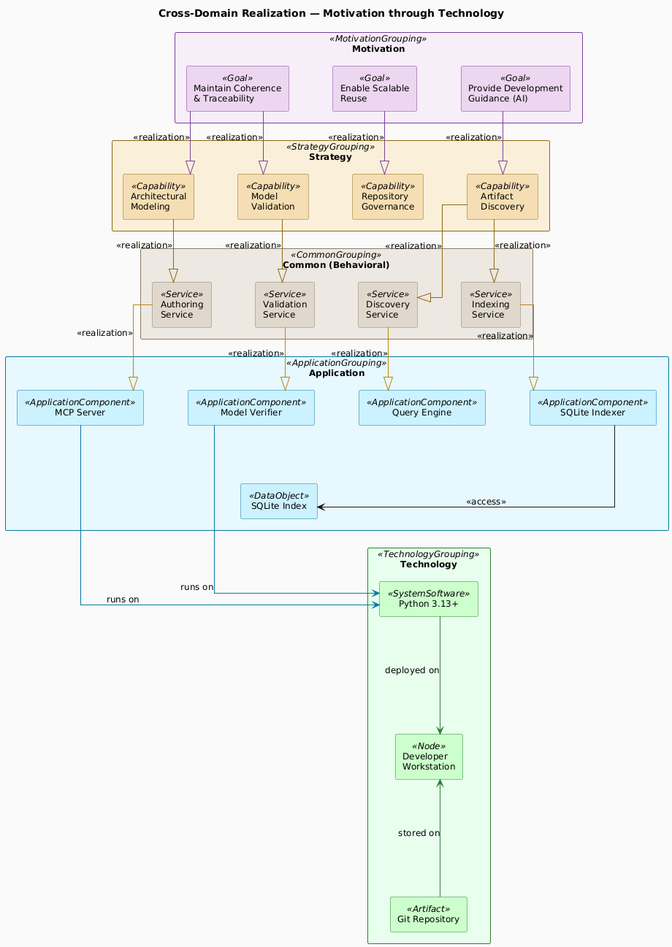
Earlier version of the PlantUML export engagements/ENG-ARCH-REPO/architecture-repository/diagram-catalog/rendered/cross-domain-realization.png (mbauer83/assisted-architecture-management). Source of this version:
```plantuml
@startuml cross-domain-realization
!include ../_archimate-stereotypes.puml

top to bottom direction

title Cross-Domain Realization — Motivation through Technology

rectangle "Motivation" <<MotivationGrouping>> {
  rectangle "Maintain Coherence\n& Traceability" <<Goal>> as GOL_Po1Qw3
  rectangle "Enable Scalable\nReuse" <<Goal>> as GOL_Zx9Cv4
  rectangle "Provide Development\nGuidance (AI)" <<Goal>> as GOL_e3nCpO
}

rectangle "Strategy" <<StrategyGrouping>> {
  rectangle "Architectural\nModeling" <<Capability>> as CAP_y4xZme
  rectangle "Model\nValidation" <<Capability>> as CAP_gky5s4
  rectangle "Repository\nGovernance" <<Capability>> as CAP_ZnmAHe
  rectangle "Artifact\nDiscovery" <<Capability>> as CAP_QrHHmz
}

rectangle "Common (Behavioral)" <<CommonGrouping>> {
  rectangle "Authoring\nService" <<Service>> as SRV_Au1Th1
  rectangle "Validation\nService" <<Service>> as SRV_Ij6Kl6
  rectangle "Discovery\nService" <<Service>> as SRV_Qr8St8
  rectangle "Indexing\nService" <<Service>> as SRV_3I3Dtc
}

rectangle "Application" <<ApplicationGrouping>> {
  rectangle "MCP Server" <<ApplicationComponent>> as APP_kRZYOA
  rectangle "Model Verifier" <<ApplicationComponent>> as APP_ca3vm7
  rectangle "Query Engine" <<ApplicationComponent>> as APP_v9LvfK
  rectangle "SQLite Indexer" <<ApplicationComponent>> as APP_JOmFWy
  rectangle "SQLite Index" <<DataObject>> as DOB_3rilik
}

rectangle "Technology" <<TechnologyGrouping>> {
  rectangle "Python 3.13+" <<SystemSoftware>> as SSW_o7a0ad
  rectangle "Developer\nWorkstation" <<Node>> as NOD_4EFX7z
  rectangle "Git Repository" <<Artifact>> as ART_YsLpM8
}

GOL_Po1Qw3 -[hidden]right- GOL_Zx9Cv4
GOL_Zx9Cv4 -[hidden]right- GOL_e3nCpO

CAP_y4xZme -[hidden]right- CAP_gky5s4
CAP_gky5s4 -[hidden]right- CAP_ZnmAHe
CAP_ZnmAHe -[hidden]right- CAP_QrHHmz

SRV_Au1Th1 -[hidden]right- SRV_Ij6Kl6
SRV_Ij6Kl6 -[hidden]right- SRV_Qr8St8
SRV_Qr8St8 -[hidden]right- SRV_3I3Dtc

APP_kRZYOA -[hidden]right- APP_ca3vm7
APP_ca3vm7 -[hidden]right- APP_v9LvfK
APP_v9LvfK -[hidden]right- APP_JOmFWy
APP_JOmFWy -[hidden]right- DOB_3rilik

SSW_o7a0ad -[hidden]right- NOD_4EFX7z
NOD_4EFX7z -[hidden]right- ART_YsLpM8

GOL_Po1Qw3 -[#7B3F9A]down-|> CAP_y4xZme : <<realization>>
GOL_Po1Qw3 -[#7B3F9A]down-|> CAP_gky5s4 : <<realization>>
GOL_Zx9Cv4 -[#7B3F9A]down-|> CAP_ZnmAHe : <<realization>>
GOL_e3nCpO -[#7B3F9A]down-|> CAP_QrHHmz : <<realization>>

CAP_y4xZme -[#8B6914]down-|> SRV_Au1Th1 : <<realization>>
CAP_gky5s4 -[#8B6914]down-|> SRV_Ij6Kl6 : <<realization>>
CAP_QrHHmz -[#8B6914]down-|> SRV_Qr8St8 : <<realization>>
CAP_QrHHmz -[#8B6914]down-|> SRV_3I3Dtc : <<realization>>

SRV_Au1Th1 -[#B8860B]down-|> APP_kRZYOA : <<realization>>
SRV_Ij6Kl6 -[#B8860B]down-|> APP_ca3vm7 : <<realization>>
SRV_Qr8St8 -[#B8860B]down-|> APP_v9LvfK : <<realization>>
SRV_3I3Dtc -[#B8860B]down-|> APP_JOmFWy : <<realization>>
APP_JOmFWy -down-> DOB_3rilik : <<access>>

APP_kRZYOA -[#0078A0]down--> SSW_o7a0ad : runs on
APP_ca3vm7 -[#0078A0]down--> SSW_o7a0ad : runs on
SSW_o7a0ad -[#2E7D32]down--> NOD_4EFX7z : deployed on
ART_YsLpM8 -[#2E7D32]down--> NOD_4EFX7z : stored on

@enduml
```
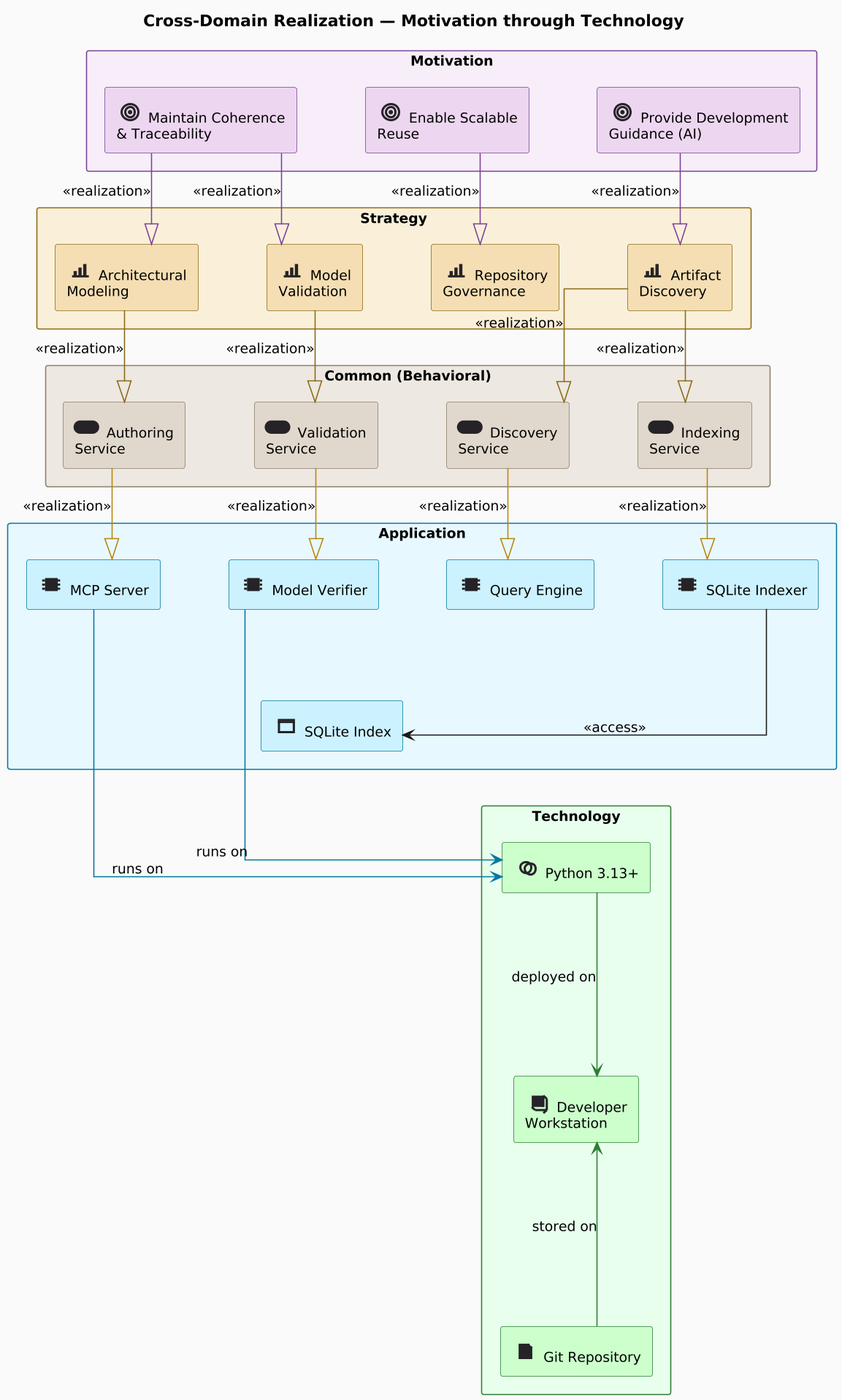
Above is the later version.

The edit, as a diff of the source:
```diff
@@ -1,62 +1,61 @@
-@startuml cross-domain-realization
+@startuml
+skinparamlocked dpi 150
 !include ../_archimate-stereotypes.puml
+!include ../_archimate-glyphs.puml
 
 top to bottom direction
 
 title Cross-Domain Realization — Motivation through Technology
 
 rectangle "Motivation" <<MotivationGrouping>> {
-  rectangle "Maintain Coherence\n& Traceability" <<Goal>> as GOL_Po1Qw3
-  rectangle "Enable Scalable\nReuse" <<Goal>> as GOL_Zx9Cv4
-  rectangle "Provide Development\nGuidance (AI)" <<Goal>> as GOL_e3nCpO
+  rectangle "<$archimate_Goal{scale=1.5}> Maintain Coherence\n& Traceability" <<Goal>> as GOL_Po1Qw3
+  rectangle "<$archimate_Goal{scale=1.5}> Enable Scalable\nReuse" <<Goal>> as GOL_Zx9Cv4
+  rectangle "<$archimate_Goal{scale=1.5}> Provide Development\nGuidance (AI)" <<Goal>> as GOL_e3nCpO
 }
 
 rectangle "Strategy" <<StrategyGrouping>> {
-  rectangle "Architectural\nModeling" <<Capability>> as CAP_y4xZme
-  rectangle "Model\nValidation" <<Capability>> as CAP_gky5s4
-  rectangle "Repository\nGovernance" <<Capability>> as CAP_ZnmAHe
-  rectangle "Artifact\nDiscovery" <<Capability>> as CAP_QrHHmz
+  rectangle "<$archimate_Capability{scale=1.5}> Architectural\nModeling" <<Capability>> as CAP_y4xZme
+  rectangle "<$archimate_Capability{scale=1.5}> Model\nValidation" <<Capability>> as CAP_gky5s4
+  rectangle "<$archimate_Capability{scale=1.5}> Repository\nGovernance" <<Capability>> as CAP_ZnmAHe
+  rectangle "<$archimate_Capability{scale=1.5}> Artifact\nDiscovery" <<Capability>> as CAP_QrHHmz
 }
 
 rectangle "Common (Behavioral)" <<CommonGrouping>> {
-  rectangle "Authoring\nService" <<Service>> as SRV_Au1Th1
-  rectangle "Validation\nService" <<Service>> as SRV_Ij6Kl6
-  rectangle "Discovery\nService" <<Service>> as SRV_Qr8St8
-  rectangle "Indexing\nService" <<Service>> as SRV_3I3Dtc
+  rectangle "<$archimate_Service{scale=1.5}> Authoring\nService" <<Service>> as SRV_Au1Th1
+  rectangle "<$archimate_Service{scale=1.5}> Validation\nService" <<Service>> as SRV_Ij6Kl6
+  rectangle "<$archimate_Service{scale=1.5}> Discovery\nService" <<Service>> as SRV_Qr8St8
+  rectangle "<$archimate_Service{scale=1.5}> Indexing\nService" <<Service>> as SRV_3I3Dtc
 }
 
 rectangle "Application" <<ApplicationGrouping>> {
-  rectangle "MCP Server" <<ApplicationComponent>> as APP_kRZYOA
-  rectangle "Model Verifier" <<ApplicationComponent>> as APP_ca3vm7
-  rectangle "Query Engine" <<ApplicationComponent>> as APP_v9LvfK
-  rectangle "SQLite Indexer" <<ApplicationComponent>> as APP_JOmFWy
-  rectangle "SQLite Index" <<DataObject>> as DOB_3rilik
+  rectangle "<$archimate_ApplicationComponent{scale=1.5}> MCP Server" <<ApplicationComponent>> as APP_kRZYOA
+  rectangle "<$archimate_ApplicationComponent{scale=1.5}> Model Verifier" <<ApplicationComponent>> as APP_ca3vm7
+  rectangle "<$archimate_ApplicationComponent{scale=1.5}> Query Engine" <<ApplicationComponent>> as APP_v9LvfK
+  rectangle "<$archimate_ApplicationComponent{scale=1.5}> SQLite Indexer" <<ApplicationComponent>> as APP_JOmFWy
+  rectangle "<$archimate_DataObject{scale=1.5}> SQLite Index" <<DataObject>> as DOB_3rilik
 }
 
 rectangle "Technology" <<TechnologyGrouping>> {
-  rectangle "Python 3.13+" <<SystemSoftware>> as SSW_o7a0ad
-  rectangle "Developer\nWorkstation" <<Node>> as NOD_4EFX7z
-  rectangle "Git Repository" <<Artifact>> as ART_YsLpM8
+  rectangle "<$archimate_SystemSoftware{scale=1.5}> Python 3.13+" <<SystemSoftware>> as SSW_o7a0ad
+  rectangle "<$archimate_Node{scale=1.5}> Developer\nWorkstation" <<Node>> as NOD_4EFX7z
+  rectangle "<$archimate_Artifact{scale=1.5}> Git Repository" <<Artifact>> as ART_YsLpM8
 }
 
 GOL_Po1Qw3 -[hidden]right- GOL_Zx9Cv4
 GOL_Zx9Cv4 -[hidden]right- GOL_e3nCpO
-
 CAP_y4xZme -[hidden]right- CAP_gky5s4
 CAP_gky5s4 -[hidden]right- CAP_ZnmAHe
 CAP_ZnmAHe -[hidden]right- CAP_QrHHmz
-
 SRV_Au1Th1 -[hidden]right- SRV_Ij6Kl6
 SRV_Ij6Kl6 -[hidden]right- SRV_Qr8St8
 SRV_Qr8St8 -[hidden]right- SRV_3I3Dtc
-
 APP_kRZYOA -[hidden]right- APP_ca3vm7
 APP_ca3vm7 -[hidden]right- APP_v9LvfK
 APP_v9LvfK -[hidden]right- APP_JOmFWy
 APP_JOmFWy -[hidden]right- DOB_3rilik
-
 SSW_o7a0ad -[hidden]right- NOD_4EFX7z
 NOD_4EFX7z -[hidden]right- ART_YsLpM8
+
 
 GOL_Po1Qw3 -[#7B3F9A]down-|> CAP_y4xZme : <<realization>>
 GOL_Po1Qw3 -[#7B3F9A]down-|> CAP_gky5s4 : <<realization>>
```
